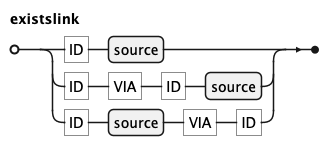
Before: docs/kql/existslink.png, a diagram exported from PlantUML (koryki-java/core).
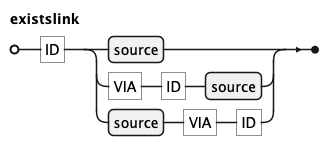
Above is the later version.

What changed in the source:
```diff
@@ -5,9 +5,9 @@
 
 'title existslink
 
-existslink = "ID", source
-  | "ID", "VIA", "ID", source
-  | "ID", source, "VIA", "ID"
+existslink = "ID", (source
+  | "VIA", "ID", source
+  | source, "VIA", "ID")
 ;
 
 @endebnf
```
